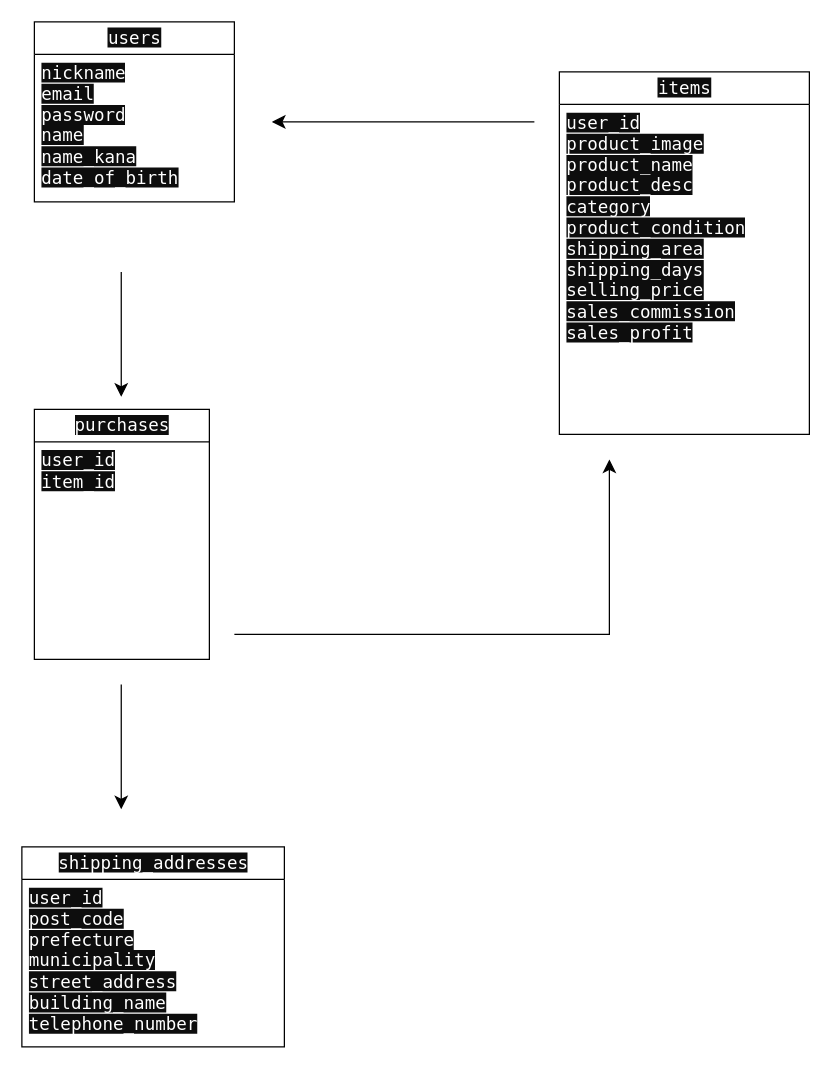
Before: furima.dio in sasakibambi/furima-40499, a draw.io diagram. Source tidied: cells renumbered, new cells numbered last; positions are measured from the earlier drawing's top-left corner, leaving out a move shared by most shapes. Both pictures are drawn from the tidied source at 125%, with x=0, y=0 at pixel (-41, 21).
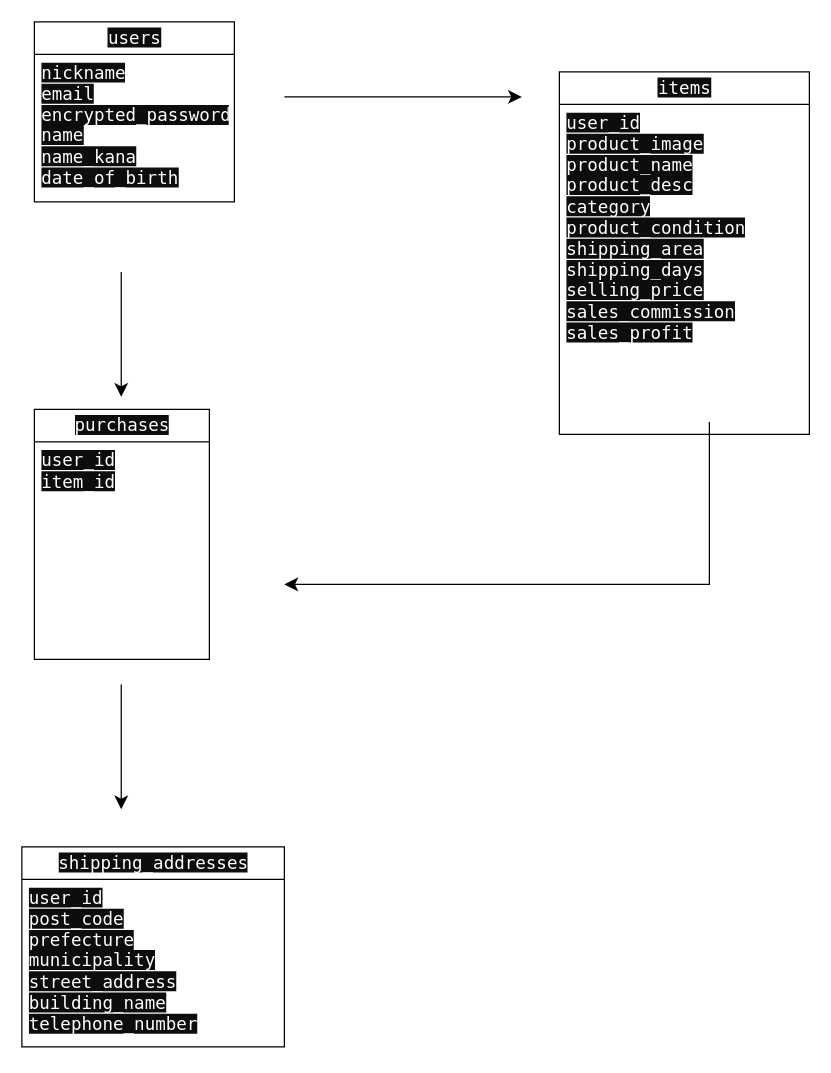
The same diagram, later.

Commit message (it also covers changes not shown here):
データベース設計(修正)

Unchanged cells that the change refers to:
```xml
<mxCell id="2" value="&lt;span style=&quot;color: rgb(255, 255, 255); font-family: &amp;quot;Söhne Mono&amp;quot;, Monaco, &amp;quot;Andale Mono&amp;quot;, &amp;quot;Ubuntu Mono&amp;quot;, monospace; font-size: 14px; text-align: left; background-color: rgb(13, 13, 13);&quot;&gt;users &lt;/span&gt;" style="swimlane;fontStyle=0;horizontal=1;startSize=26;fillColor=none;html=1;" parent="1" vertex="1">
  <mxGeometry x="60" width="160" height="144" as="geometry" />
</mxCell>
```

What changed in the source:
```diff
@@
-    <mxCell id="3" value="&lt;span style=&quot;color: rgb(255, 255, 255); font-family: &amp;quot;Söhne Mono&amp;quot;, Monaco, &amp;quot;Andale Mono&amp;quot;, &amp;quot;Ubuntu Mono&amp;quot;, monospace; font-size: 14px; background-color: rgb(13, 13, 13);&quot;&gt;nickname&lt;br&gt;&lt;/span&gt;&lt;span style=&quot;color: rgb(255, 255, 255); font-family: &amp;quot;Söhne Mono&amp;quot;, Monaco, &amp;quot;Andale Mono&amp;quot;, &amp;quot;Ubuntu Mono&amp;quot;, monospace; font-size: 14px; background-color: rgb(13, 13, 13);&quot;&gt;email&lt;br&gt;&lt;/span&gt;&lt;span style=&quot;color: rgb(255, 255, 255); font-family: &amp;quot;Söhne Mono&amp;quot;, Monaco, &amp;quot;Andale Mono&amp;quot;, &amp;quot;Ubuntu Mono&amp;quot;, monospace; font-size: 14px; background-color: rgb(13, 13, 13);&quot;&gt;password&lt;br&gt;&lt;/span&gt;&lt;span style=&quot;color: rgb(255, 255, 255); font-family: &amp;quot;Söhne Mono&amp;quot;, Monaco, &amp;quot;Andale Mono&amp;quot;, &amp;quot;Ubuntu Mono&amp;quot;, monospace; font-size: 14px; background-color: rgb(13, 13, 13);&quot;&gt;name&lt;br&gt;&lt;/span&gt;&lt;span style=&quot;color: rgb(255, 255, 255); font-family: &amp;quot;Söhne Mono&amp;quot;, Monaco, &amp;quot;Andale Mono&amp;quot;, &amp;quot;Ubuntu Mono&amp;quot;, monospace; font-size: 14px; background-color: rgb(13, 13, 13);&quot;&gt;name_kana&lt;/span&gt;&lt;span style=&quot;color: rgb(255, 255, 255); font-family: &amp;quot;Söhne Mono&amp;quot;, Monaco, &amp;quot;Andale Mono&amp;quot;, &amp;quot;Ubuntu Mono&amp;quot;, monospace; font-size: 14px; background-color: rgb(13, 13, 13);&quot;&gt;&lt;br&gt;&lt;/span&gt;&lt;span style=&quot;color: rgb(255, 255, 255); font-family: &amp;quot;Söhne Mono&amp;quot;, Monaco, &amp;quot;Andale Mono&amp;quot;, &amp;quot;Ubuntu Mono&amp;quot;, monospace; font-size: 14px; background-color: rgb(13, 13, 13);&quot;&gt;date_of_birth&lt;/span&gt;&lt;span style=&quot;color: rgb(255, 255, 255); font-family: &amp;quot;Söhne Mono&amp;quot;, Monaco, &amp;quot;Andale Mono&amp;quot;, &amp;quot;Ubuntu Mono&amp;quot;, monospace; font-size: 14px; background-color: rgb(13, 13, 13);&quot;&gt;&lt;br&gt;&lt;/span&gt;" style="text;strokeColor=none;fillColor=none;align=left;verticalAlign=top;spacingLeft=4;spacingRight=4;overflow=hidden;whiteSpace=wrap;html=1;" parent="2" vertex="1">
+    <mxCell id="3" value="&lt;span style=&quot;color: rgb(255, 255, 255); font-family: &amp;quot;Söhne Mono&amp;quot;, Monaco, &amp;quot;Andale Mono&amp;quot;, &amp;quot;Ubuntu Mono&amp;quot;, monospace; font-size: 14px; background-color: rgb(13, 13, 13);&quot;&gt;nickname&lt;br&gt;&lt;/span&gt;&lt;span style=&quot;color: rgb(255, 255, 255); font-family: &amp;quot;Söhne Mono&amp;quot;, Monaco, &amp;quot;Andale Mono&amp;quot;, &amp;quot;Ubuntu Mono&amp;quot;, monospace; font-size: 14px; background-color: rgb(13, 13, 13);&quot;&gt;email&lt;br&gt;&lt;/span&gt;&lt;span style=&quot;color: rgb(255, 255, 255); font-family: &amp;quot;Söhne Mono&amp;quot;, Monaco, &amp;quot;Andale Mono&amp;quot;, &amp;quot;Ubuntu Mono&amp;quot;, monospace; font-size: 14px; background-color: rgb(13, 13, 13);&quot;&gt;encrypted_password&lt;br&gt;&lt;/span&gt;&lt;span style=&quot;color: rgb(255, 255, 255); font-family: &amp;quot;Söhne Mono&amp;quot;, Monaco, &amp;quot;Andale Mono&amp;quot;, &amp;quot;Ubuntu Mono&amp;quot;, monospace; font-size: 14px; background-color: rgb(13, 13, 13);&quot;&gt;name&lt;br&gt;&lt;/span&gt;&lt;span style=&quot;color: rgb(255, 255, 255); font-family: &amp;quot;Söhne Mono&amp;quot;, Monaco, &amp;quot;Andale Mono&amp;quot;, &amp;quot;Ubuntu Mono&amp;quot;, monospace; font-size: 14px; background-color: rgb(13, 13, 13);&quot;&gt;name_kana&lt;/span&gt;&lt;span style=&quot;color: rgb(255, 255, 255); font-family: &amp;quot;Söhne Mono&amp;quot;, Monaco, &amp;quot;Andale Mono&amp;quot;, &amp;quot;Ubuntu Mono&amp;quot;, monospace; font-size: 14px; background-color: rgb(13, 13, 13);&quot;&gt;&lt;br&gt;&lt;/span&gt;&lt;span style=&quot;color: rgb(255, 255, 255); font-family: &amp;quot;Söhne Mono&amp;quot;, Monaco, &amp;quot;Andale Mono&amp;quot;, &amp;quot;Ubuntu Mono&amp;quot;, monospace; font-size: 14px; background-color: rgb(13, 13, 13);&quot;&gt;date_of_birth&lt;/span&gt;&lt;span style=&quot;color: rgb(255, 255, 255); font-family: &amp;quot;Söhne Mono&amp;quot;, Monaco, &amp;quot;Andale Mono&amp;quot;, &amp;quot;Ubuntu Mono&amp;quot;, monospace; font-size: 14px; background-color: rgb(13, 13, 13);&quot;&gt;&lt;br&gt;&lt;/span&gt;" style="text;strokeColor=none;fillColor=none;align=left;verticalAlign=top;spacingLeft=4;spacingRight=4;overflow=hidden;whiteSpace=wrap;html=1;" parent="2" vertex="1">
       <mxGeometry y="26" width="160" height="118" as="geometry" />
     </mxCell>
@@
     <mxCell id="12" style="edgeStyle=elbowEdgeStyle;elbow=vertical;endArrow=classic;html=1;curved=0;rounded=0;endSize=8;startSize=8;" parent="1" edge="1">
       <mxGeometry relative="1" as="geometry">
-        <mxPoint x="220" y="490" as="sourcePoint" />
-        <mxPoint x="520" y="350" as="targetPoint" />
+        <mxPoint x="600" y="320" as="sourcePoint" />
+        <mxPoint x="260" y="450" as="targetPoint" />
         <Array as="points">
-          <mxPoint x="380" y="490" />
+          <mxPoint x="410" y="450" />
         </Array>
       </mxGeometry>
     </mxCell>
     <mxCell id="13" style="edgeStyle=elbowEdgeStyle;elbow=horizontal;endArrow=classic;html=1;curved=0;rounded=0;endSize=8;startSize=8;" parent="1" edge="1">
       <mxGeometry relative="1" as="geometry">
-        <mxPoint x="460" y="80" as="sourcePoint" />
-        <mxPoint x="250" y="80" as="targetPoint" />
+        <mxPoint x="260" y="60" as="sourcePoint" />
+        <mxPoint x="450" y="60" as="targetPoint" />
         <Array as="points">
           <mxPoint x="360" y="75" />
         </Array>
       </mxGeometry>
     </mxCell>
```
